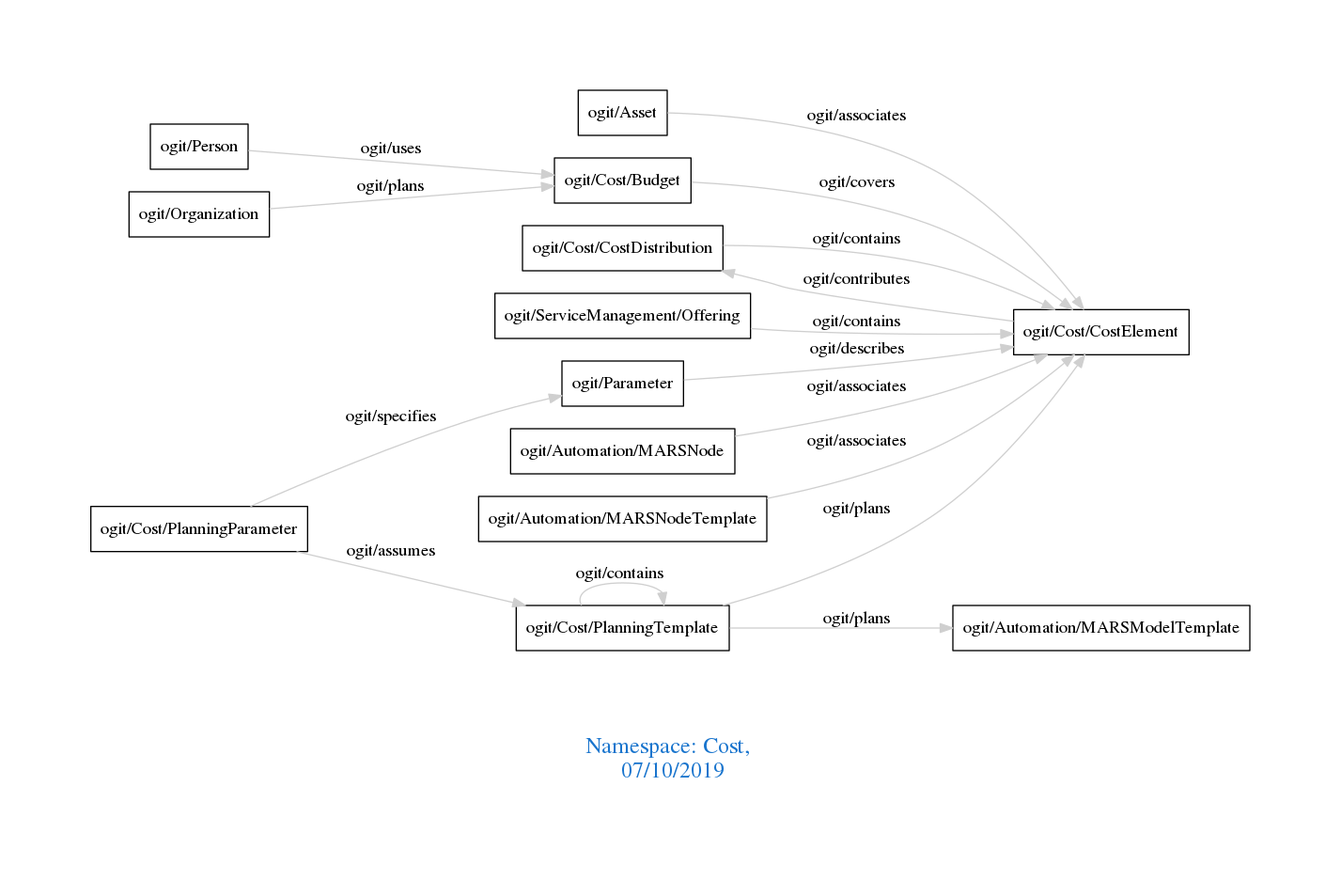
arago/OGIT keeps this Graphviz diagram as downloads/Cost.png. Above is the earlier version. Its source is kept beside it as downloads/Cost.dot.
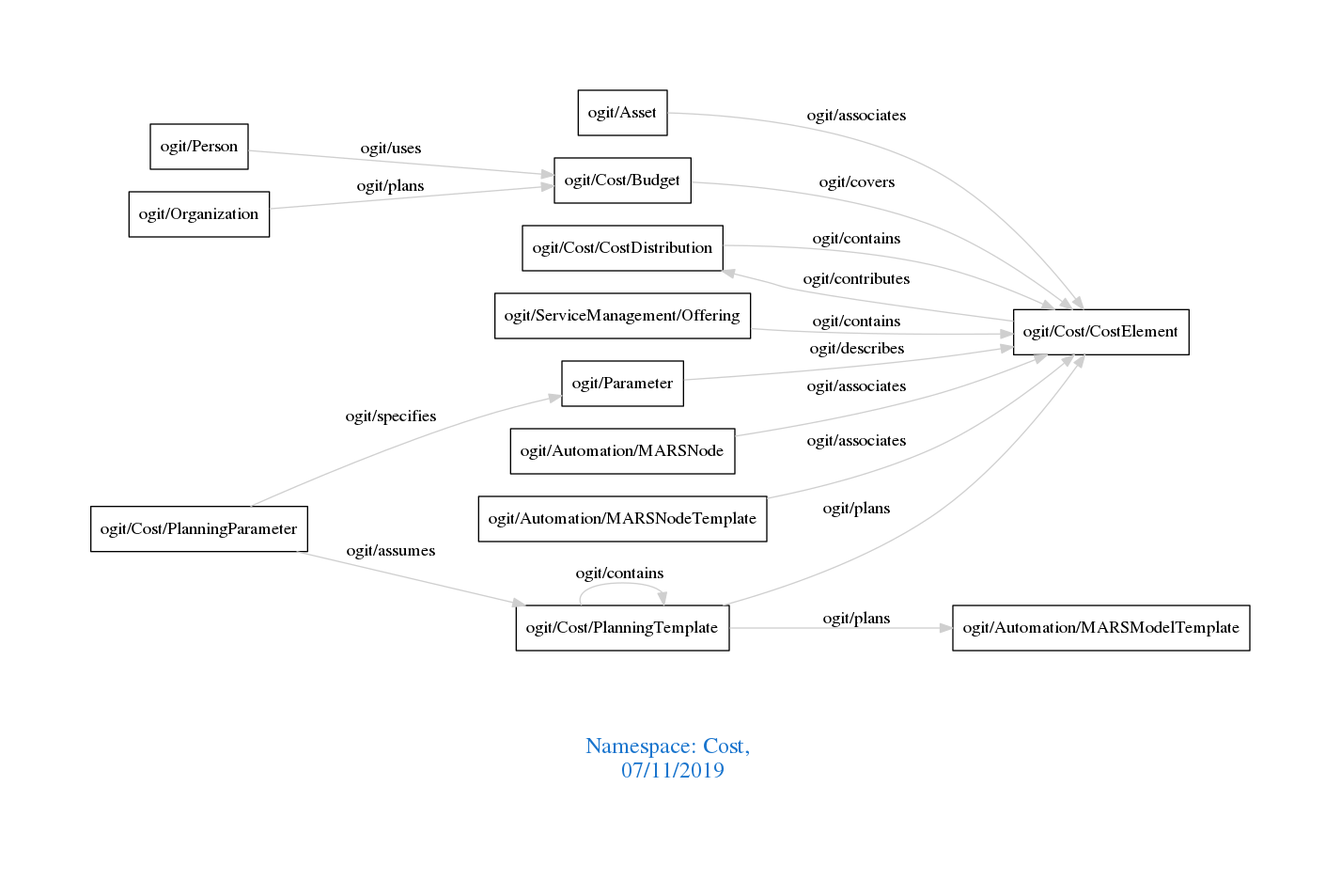
After the change.

What changed in the source:
```diff
@@ -1,7 +1,7 @@
 digraph OGIT_ontology {
  graph [ rankdir= LR,pad=1
 fontsize = 18,
-fontcolor= dodgerblue3,label = "\n\n\nNamespace: Cost, \n 07/10/2019"];
+fontcolor= dodgerblue3,label = "\n\n\nNamespace: Cost, \n 07/11/2019"];
 node[shape=polygon];
 edge [  color="gray81"];
 
```
